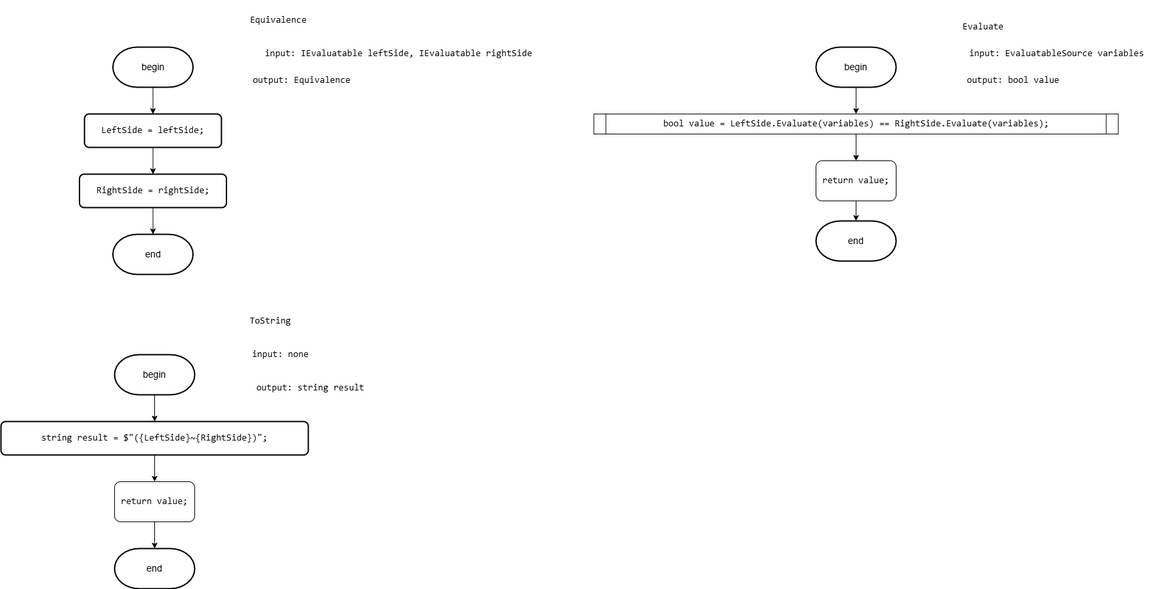
This is Diagrams/images/Equivalence.drawio.png from slavikovics/FictionalVariables, a draw.io export, as it was before one commit. Source tidied: cells renumbered, new cells last; positions are measured from the earlier drawing's top-left corner, leaving out a move shared by most shapes.
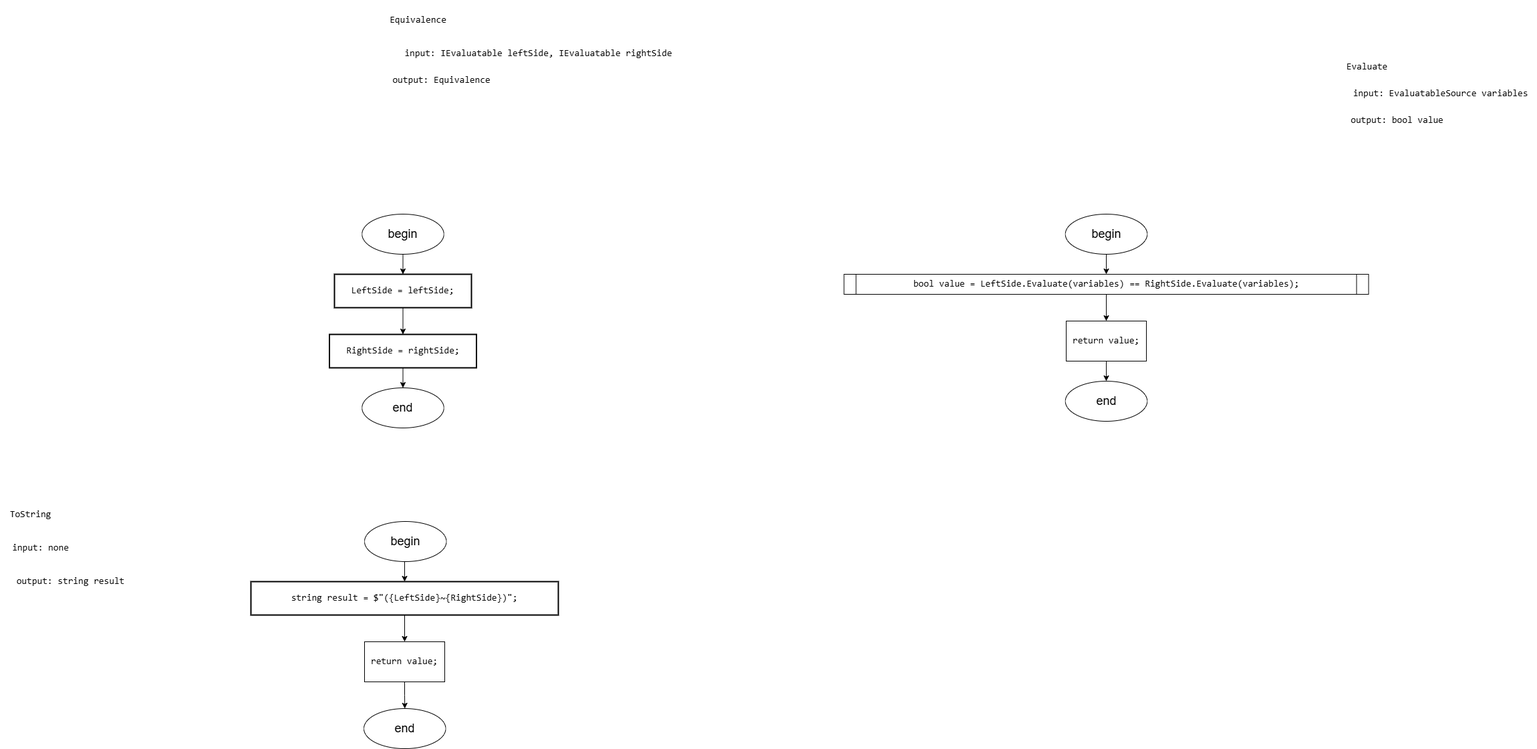
Later version of the same file.

Change to the diagram source:
```diff
@@ -3,94 +3,94 @@
     <mxCell id="0" />
     <mxCell id="1" parent="0" />
     <mxCell id="2" value="&lt;div&gt;&lt;pre style=&quot;font-family: &amp;quot;JetBrains Mono&amp;quot;, monospace;&quot;&gt;&lt;font style=&quot;&quot;&gt;Equivalence&lt;/font&gt;&lt;/pre&gt;&lt;/div&gt;" style="text;html=1;align=center;verticalAlign=middle;strokeColor=none;fillColor=none;fontSize=14;fontColor=#000000;labelBackgroundColor=none;" parent="1" vertex="1">
-      <mxGeometry x="360" width="110" height="60" as="geometry" />
+      <mxGeometry x="195" y="-240" width="110" height="60" as="geometry" />
     </mxCell>
-    <mxCell id="3" style="edgeStyle=orthogonalEdgeStyle;rounded=0;jettySize=auto;html=1;exitX=0.5;exitY=1;exitDx=0;exitDy=0;exitPerimeter=0;entryX=0.5;entryY=0;entryDx=0;entryDy=0;fontSize=14;fontColor=#000000;labelBackgroundColor=none;" parent="1" edge="1" source="4" target="6">
-      <mxGeometry relative="1" as="geometry" />
-    </mxCell>
-    <mxCell id="4" value="begin" style="strokeWidth=2;html=1;shape=mxgraph.flowchart.terminator;whiteSpace=wrap;fontSize=14;fontColor=#000000;labelBackgroundColor=none;" parent="1" vertex="1">
-      <mxGeometry x="167.5" y="70" width="120" height="60" as="geometry" />
-    </mxCell>
     <mxCell id="5" style="edgeStyle=orthogonalEdgeStyle;rounded=0;jettySize=auto;html=1;exitX=0.5;exitY=1;exitDx=0;exitDy=0;entryX=0.5;entryY=0;entryDx=0;entryDy=0;fontSize=14;fontColor=#000000;labelBackgroundColor=none;" parent="1" edge="1" source="6" target="7">
       <mxGeometry relative="1" as="geometry" />
     </mxCell>
-    <mxCell id="6" value="&lt;div style=&quot;&quot;&gt;&lt;pre style=&quot;font-family: &amp;quot;JetBrains Mono&amp;quot;, monospace;&quot;&gt;LeftSide = &lt;span style=&quot;&quot;&gt;leftSide&lt;/span&gt;;&lt;/pre&gt;&lt;/div&gt;" style="rounded=1;whiteSpace=wrap;html=1;absoluteArcSize=1;arcSize=14;strokeWidth=2;fontSize=14;fontColor=#000000;labelBackgroundColor=none;" parent="1" vertex="1">
+    <mxCell id="6" value="&lt;div style=&quot;&quot;&gt;&lt;pre style=&quot;font-family: &amp;quot;JetBrains Mono&amp;quot;, monospace;&quot;&gt;LeftSide = &lt;span style=&quot;&quot;&gt;leftSide&lt;/span&gt;;&lt;/pre&gt;&lt;/div&gt;" style="rounded=0;whiteSpace=wrap;html=1;absoluteArcSize=1;arcSize=14;strokeWidth=2;fontSize=14;fontColor=#000000;labelBackgroundColor=none;" parent="1" vertex="1">
       <mxGeometry x="125" y="170" width="205" height="50" as="geometry" />
     </mxCell>
+    <mxCell id="32" style="edgeStyle=orthogonalEdgeStyle;rounded=0;jettySize=auto;html=1;exitX=0.5;exitY=1;exitDx=0;exitDy=0;entryX=0.5;entryY=0;entryDx=0;entryDy=0;" parent="1" edge="1" source="7" target="37">
+      <mxGeometry relative="1" as="geometry" />
+    </mxCell>
-    <mxCell id="7" value="&lt;div style=&quot;&quot;&gt;&lt;pre style=&quot;font-family: &amp;quot;JetBrains Mono&amp;quot;, monospace;&quot;&gt;&lt;div&gt;&lt;pre style=&quot;font-family: &amp;quot;JetBrains Mono&amp;quot;, monospace;&quot;&gt;RightSide = &lt;span style=&quot;&quot;&gt;rightSide&lt;/span&gt;;&lt;/pre&gt;&lt;/div&gt;&lt;/pre&gt;&lt;/div&gt;" style="rounded=1;whiteSpace=wrap;html=1;absoluteArcSize=1;arcSize=14;strokeWidth=2;fontSize=14;fontColor=#000000;labelBackgroundColor=none;" parent="1" vertex="1">
+    <mxCell id="7" value="&lt;div style=&quot;&quot;&gt;&lt;pre style=&quot;font-family: &amp;quot;JetBrains Mono&amp;quot;, monospace;&quot;&gt;&lt;div&gt;&lt;pre style=&quot;font-family: &amp;quot;JetBrains Mono&amp;quot;, monospace;&quot;&gt;RightSide = &lt;span style=&quot;&quot;&gt;rightSide&lt;/span&gt;;&lt;/pre&gt;&lt;/div&gt;&lt;/pre&gt;&lt;/div&gt;" style="rounded=0;whiteSpace=wrap;html=1;absoluteArcSize=1;arcSize=14;strokeWidth=2;fontSize=14;fontColor=#000000;labelBackgroundColor=none;" parent="1" vertex="1">
       <mxGeometry x="117.5" y="260" width="220" height="50" as="geometry" />
     </mxCell>
     <mxCell id="8" value="&lt;pre style=&quot;font-family: &amp;quot;JetBrains Mono&amp;quot;, monospace;&quot;&gt;input: IEvaluatable leftSide, IEvaluatable rightSide&lt;/pre&gt;" style="text;html=1;align=center;verticalAlign=middle;strokeColor=none;fillColor=none;fontSize=14;fontColor=#000000;labelBackgroundColor=none;" parent="1" vertex="1">
-      <mxGeometry x="385" y="50" width="420" height="60" as="geometry" />
+      <mxGeometry x="220" y="-190" width="420" height="60" as="geometry" />
     </mxCell>
     <mxCell id="9" value="&lt;pre style=&quot;font-family: &amp;quot;JetBrains Mono&amp;quot;, monospace;&quot;&gt;output: Equivalence&lt;/pre&gt;" style="text;html=1;align=center;verticalAlign=middle;strokeColor=none;fillColor=none;fontSize=14;fontColor=#000000;labelBackgroundColor=none;" parent="1" vertex="1">
-      <mxGeometry x="365" y="90" width="170" height="60" as="geometry" />
+      <mxGeometry x="200" y="-150" width="170" height="60" as="geometry" />
     </mxCell>
-    <mxCell id="10" value="end" style="strokeWidth=2;html=1;shape=mxgraph.flowchart.terminator;whiteSpace=wrap;fontSize=14;fontColor=#000000;labelBackgroundColor=none;" parent="1" vertex="1">
-      <mxGeometry x="167.5" y="350" width="120" height="60" as="geometry" />
-    </mxCell>
-    <mxCell id="11" style="edgeStyle=orthogonalEdgeStyle;rounded=0;jettySize=auto;html=1;exitX=0.5;exitY=1;exitDx=0;exitDy=0;entryX=0.5;entryY=0;entryDx=0;entryDy=0;entryPerimeter=0;fontSize=14;fontColor=#000000;labelBackgroundColor=none;" parent="1" edge="1" source="7" target="10">
-      <mxGeometry relative="1" as="geometry" />
-    </mxCell>
     <mxCell id="12" value="&lt;pre style=&quot;font-family: &amp;quot;JetBrains Mono&amp;quot;, monospace;&quot;&gt;Evaluate&lt;/pre&gt;" style="text;html=1;align=center;verticalAlign=middle;strokeColor=none;fillColor=none;fontSize=14;fontColor=#000000;labelBackgroundColor=none;" parent="1" vertex="1">
-      <mxGeometry x="1425" y="10" width="90" height="60" as="geometry" />
+      <mxGeometry x="1625" y="-170" width="90" height="60" as="geometry" />
     </mxCell>
-    <mxCell id="13" style="edgeStyle=orthogonalEdgeStyle;rounded=0;jettySize=auto;html=1;exitX=0.5;exitY=1;exitDx=0;exitDy=0;exitPerimeter=0;entryX=0.5;entryY=0;entryDx=0;entryDy=0;fontSize=14;fontColor=#000000;labelBackgroundColor=none;" parent="1" edge="1" source="14" target="27">
-      <mxGeometry relative="1" as="geometry" />
-    </mxCell>
-    <mxCell id="14" value="begin" style="strokeWidth=2;html=1;shape=mxgraph.flowchart.terminator;whiteSpace=wrap;fontSize=14;fontColor=#000000;labelBackgroundColor=none;" parent="1" vertex="1">
-      <mxGeometry x="1220" y="70" width="120" height="60" as="geometry" />
-    </mxCell>
     <mxCell id="15" value="&lt;pre style=&quot;font-family: &amp;quot;JetBrains Mono&amp;quot;, monospace;&quot;&gt;input: EvaluatableSource variables&lt;/pre&gt;" style="text;html=1;align=center;verticalAlign=middle;strokeColor=none;fillColor=none;fontSize=14;fontColor=#000000;labelBackgroundColor=none;" parent="1" vertex="1">
-      <mxGeometry x="1435" y="50" width="290" height="60" as="geometry" />
+      <mxGeometry x="1635" y="-130" width="290" height="60" as="geometry" />
     </mxCell>
     <mxCell id="16" value="&lt;pre style=&quot;font-family: &amp;quot;JetBrains Mono&amp;quot;, monospace;&quot;&gt;output: bool value&lt;/pre&gt;" style="text;html=1;align=center;verticalAlign=middle;strokeColor=none;fillColor=none;fontSize=14;fontColor=#000000;labelBackgroundColor=none;" parent="1" vertex="1">
-      <mxGeometry x="1435" y="90" width="160" height="60" as="geometry" />
+      <mxGeometry x="1635" y="-90" width="160" height="60" as="geometry" />
     </mxCell>
-    <mxCell id="17" value="end" style="strokeWidth=2;html=1;shape=mxgraph.flowchart.terminator;whiteSpace=wrap;fontSize=14;fontColor=#000000;labelBackgroundColor=none;" parent="1" vertex="1">
-      <mxGeometry x="1220" y="330" width="120" height="60" as="geometry" />
-    </mxCell>
     <mxCell id="18" value="&lt;pre style=&quot;font-family: &amp;quot;JetBrains Mono&amp;quot;, monospace;&quot;&gt;ToString&lt;/pre&gt;" style="text;html=1;align=center;verticalAlign=middle;strokeColor=none;fillColor=none;fontSize=14;fontColor=#000000;labelBackgroundColor=none;" parent="1" vertex="1">
-      <mxGeometry x="357.5" y="450" width="90" height="60" as="geometry" />
+      <mxGeometry x="-375" y="500" width="90" height="60" as="geometry" />
     </mxCell>
-    <mxCell id="19" style="edgeStyle=orthogonalEdgeStyle;rounded=0;jettySize=auto;html=1;exitX=0.5;exitY=1;exitDx=0;exitDy=0;exitPerimeter=0;entryX=0.5;entryY=0;entryDx=0;entryDy=0;fontSize=14;fontColor=#000000;labelBackgroundColor=none;" parent="1" edge="1" source="20" target="22">
-      <mxGeometry relative="1" as="geometry" />
-    </mxCell>
-    <mxCell id="20" value="begin" style="strokeWidth=2;html=1;shape=mxgraph.flowchart.terminator;whiteSpace=wrap;fontSize=14;fontColor=#000000;labelBackgroundColor=none;" parent="1" vertex="1">
-      <mxGeometry x="170" y="530" width="120" height="60" as="geometry" />
-    </mxCell>
     <mxCell id="21" style="edgeStyle=orthogonalEdgeStyle;rounded=0;jettySize=auto;html=1;exitX=0.5;exitY=1;exitDx=0;exitDy=0;entryX=0.5;entryY=0;entryDx=0;entryDy=0;fontSize=14;fontColor=#000000;labelBackgroundColor=none;" parent="1" edge="1" source="22" target="30">
       <mxGeometry relative="1" as="geometry" />
     </mxCell>
-    <mxCell id="22" value="&lt;div style=&quot;&quot;&gt;&lt;pre style=&quot;font-family: &amp;quot;JetBrains Mono&amp;quot;, monospace;&quot;&gt;&lt;pre style=&quot;font-family: &amp;quot;JetBrains Mono&amp;quot;, monospace;&quot;&gt;&lt;pre style=&quot;font-family: &amp;quot;JetBrains Mono&amp;quot;, monospace;&quot;&gt;&lt;pre style=&quot;font-family: &amp;quot;JetBrains Mono&amp;quot;, monospace;&quot;&gt;&lt;div&gt;&lt;pre style=&quot;font-family: &amp;quot;JetBrains Mono&amp;quot;, monospace;&quot;&gt;&lt;span style=&quot;&quot;&gt;string &lt;/span&gt;&lt;span style=&quot;&quot;&gt;result &lt;/span&gt;= &lt;span style=&quot;&quot;&gt;$&quot;(&lt;/span&gt;{LeftSide}&lt;span style=&quot;&quot;&gt;~&lt;/span&gt;{RightSide}&lt;span style=&quot;&quot;&gt;)&quot;&lt;/span&gt;;&lt;/pre&gt;&lt;/div&gt;&lt;/pre&gt;&lt;/pre&gt;&lt;/pre&gt;&lt;/pre&gt;&lt;/div&gt;" style="rounded=1;whiteSpace=wrap;html=1;absoluteArcSize=1;arcSize=14;strokeWidth=2;fontSize=14;fontColor=#000000;labelBackgroundColor=none;" parent="1" vertex="1">
+    <mxCell id="22" value="&lt;div style=&quot;&quot;&gt;&lt;pre style=&quot;font-family: &amp;quot;JetBrains Mono&amp;quot;, monospace;&quot;&gt;&lt;pre style=&quot;font-family: &amp;quot;JetBrains Mono&amp;quot;, monospace;&quot;&gt;&lt;pre style=&quot;font-family: &amp;quot;JetBrains Mono&amp;quot;, monospace;&quot;&gt;&lt;pre style=&quot;font-family: &amp;quot;JetBrains Mono&amp;quot;, monospace;&quot;&gt;&lt;div&gt;&lt;pre style=&quot;font-family: &amp;quot;JetBrains Mono&amp;quot;, monospace;&quot;&gt;&lt;span style=&quot;&quot;&gt;string &lt;/span&gt;&lt;span style=&quot;&quot;&gt;result &lt;/span&gt;= &lt;span style=&quot;&quot;&gt;$&quot;(&lt;/span&gt;{LeftSide}&lt;span style=&quot;&quot;&gt;~&lt;/span&gt;{RightSide}&lt;span style=&quot;&quot;&gt;)&quot;&lt;/span&gt;;&lt;/pre&gt;&lt;/div&gt;&lt;/pre&gt;&lt;/pre&gt;&lt;/pre&gt;&lt;/pre&gt;&lt;/div&gt;" style="rounded=0;whiteSpace=wrap;html=1;absoluteArcSize=1;arcSize=14;strokeWidth=2;fontSize=14;fontColor=#000000;labelBackgroundColor=none;" parent="1" vertex="1">
       <mxGeometry y="630" width="460" height="50" as="geometry" />
     </mxCell>
     <mxCell id="23" value="&lt;pre style=&quot;font-family: &amp;quot;JetBrains Mono&amp;quot;, monospace;&quot;&gt;input: none&lt;/pre&gt;" style="text;html=1;align=center;verticalAlign=middle;strokeColor=none;fillColor=none;fontSize=14;fontColor=#000000;labelBackgroundColor=none;" parent="1" vertex="1">
-      <mxGeometry x="362.5" y="500" width="110" height="60" as="geometry" />
+      <mxGeometry x="-370" y="550" width="110" height="60" as="geometry" />
     </mxCell>
     <mxCell id="24" value="&lt;pre style=&quot;font-family: &amp;quot;JetBrains Mono&amp;quot;, monospace;&quot;&gt;output: string result&lt;/pre&gt;" style="text;html=1;align=center;verticalAlign=middle;strokeColor=none;fillColor=none;fontSize=14;fontColor=#000000;labelBackgroundColor=none;" parent="1" vertex="1">
-      <mxGeometry x="367.5" y="550" width="190" height="60" as="geometry" />
+      <mxGeometry x="-365" y="600" width="190" height="60" as="geometry" />
     </mxCell>
-    <mxCell id="25" value="end" style="strokeWidth=2;html=1;shape=mxgraph.flowchart.terminator;whiteSpace=wrap;fontSize=14;fontColor=#000000;labelBackgroundColor=none;" parent="1" vertex="1">
-      <mxGeometry x="170" y="820" width="120" height="60" as="geometry" />
-    </mxCell>
     <mxCell id="26" style="edgeStyle=orthogonalEdgeStyle;rounded=0;jettySize=auto;html=1;exitX=0.5;exitY=1;exitDx=0;exitDy=0;entryX=0.5;entryY=0;entryDx=0;entryDy=0;fontSize=14;fontColor=#000000;labelBackgroundColor=none;" parent="1" edge="1" source="27" target="29">
       <mxGeometry relative="1" as="geometry" />
     </mxCell>
     <mxCell id="27" value="&lt;pre style=&quot;font-family: &amp;quot;JetBrains Mono&amp;quot;, monospace;&quot;&gt;&lt;span style=&quot;&quot;&gt;bool &lt;/span&gt;&lt;span style=&quot;&quot;&gt;value &lt;/span&gt;= LeftSide.&lt;span style=&quot;&quot;&gt;Evaluate&lt;/span&gt;(&lt;span style=&quot;&quot;&gt;variables&lt;/span&gt;) == RightSide.&lt;span style=&quot;&quot;&gt;Evaluate&lt;/span&gt;(&lt;span style=&quot;&quot;&gt;variables&lt;/span&gt;);&lt;/pre&gt;" style="shape=process;whiteSpace=wrap;html=1;backgroundOutline=1;size=0.022988505747126436;fontSize=14;fontColor=#000000;labelBackgroundColor=none;" parent="1" vertex="1">
       <mxGeometry x="887.5" y="170" width="785" height="30" as="geometry" />
     </mxCell>
-    <mxCell id="28" style="edgeStyle=orthogonalEdgeStyle;rounded=0;jettySize=auto;html=1;exitX=0.5;exitY=1;exitDx=0;exitDy=0;fontSize=14;fontColor=#000000;labelBackgroundColor=none;" parent="1" edge="1" source="29" target="17">
-      <mxGeometry relative="1" as="geometry" />
-    </mxCell>
+    <mxCell id="33" style="edgeStyle=orthogonalEdgeStyle;rounded=0;jettySize=auto;html=1;exitX=0.5;exitY=1;exitDx=0;exitDy=0;entryX=0.5;entryY=0;entryDx=0;entryDy=0;" parent="1" edge="1" source="29" target="43">
+      <mxGeometry relative="1" as="geometry" />
+    </mxCell>
-    <mxCell id="29" value="&lt;div style=&quot;&quot;&gt;&lt;pre style=&quot;font-family: &amp;quot;JetBrains Mono&amp;quot;, monospace;&quot;&gt;&lt;span style=&quot;&quot;&gt;return &lt;/span&gt;&lt;span style=&quot;&quot;&gt;value&lt;/span&gt;;&lt;/pre&gt;&lt;/div&gt;" style="rounded=1;whiteSpace=wrap;html=1;fontSize=14;fontColor=#000000;labelBackgroundColor=none;" parent="1" vertex="1">
+    <mxCell id="29" value="&lt;div style=&quot;&quot;&gt;&lt;pre style=&quot;font-family: &amp;quot;JetBrains Mono&amp;quot;, monospace;&quot;&gt;&lt;span style=&quot;&quot;&gt;return &lt;/span&gt;&lt;span style=&quot;&quot;&gt;value&lt;/span&gt;;&lt;/pre&gt;&lt;/div&gt;" style="rounded=0;whiteSpace=wrap;html=1;fontSize=14;fontColor=#000000;labelBackgroundColor=none;" parent="1" vertex="1">
       <mxGeometry x="1220" y="240" width="120" height="60" as="geometry" />
     </mxCell>
+    <mxCell id="34" style="edgeStyle=orthogonalEdgeStyle;rounded=0;jettySize=auto;html=1;exitX=0.5;exitY=1;exitDx=0;exitDy=0;" parent="1" edge="1" source="30" target="40">
+      <mxGeometry relative="1" as="geometry" />
+    </mxCell>
-    <mxCell id="30" value="&lt;div style=&quot;&quot;&gt;&lt;pre style=&quot;font-family: &amp;quot;JetBrains Mono&amp;quot;, monospace;&quot;&gt;&lt;span style=&quot;&quot;&gt;return &lt;/span&gt;&lt;span style=&quot;&quot;&gt;&lt;font&gt;value&lt;/font&gt;&lt;/span&gt;&lt;font&gt;;&lt;/font&gt;&lt;/pre&gt;&lt;/div&gt;" style="rounded=1;whiteSpace=wrap;html=1;fontSize=14;fontColor=#000000;labelBackgroundColor=none;" parent="1" vertex="1">
+    <mxCell id="30" value="&lt;div style=&quot;&quot;&gt;&lt;pre style=&quot;font-family: &amp;quot;JetBrains Mono&amp;quot;, monospace;&quot;&gt;&lt;span style=&quot;&quot;&gt;return &lt;/span&gt;&lt;span style=&quot;&quot;&gt;&lt;font&gt;value&lt;/font&gt;&lt;/span&gt;&lt;font&gt;;&lt;/font&gt;&lt;/pre&gt;&lt;/div&gt;" style="rounded=0;whiteSpace=wrap;html=1;fontSize=14;fontColor=#000000;labelBackgroundColor=none;" parent="1" vertex="1">
       <mxGeometry x="170" y="720" width="120" height="60" as="geometry" />
     </mxCell>
-    <mxCell id="31" style="edgeStyle=orthogonalEdgeStyle;rounded=0;jettySize=auto;html=1;exitX=0.5;exitY=1;exitDx=0;exitDy=0;entryX=0.5;entryY=0;entryDx=0;entryDy=0;entryPerimeter=0;fontSize=14;fontColor=#000000;labelBackgroundColor=none;" parent="1" edge="1" source="30" target="25">
-      <mxGeometry relative="1" as="geometry" />
-    </mxCell>
+    <mxCell id="35" style="edgeStyle=orthogonalEdgeStyle;rounded=0;jettySize=auto;html=1;exitX=0.5;exitY=1;exitDx=0;exitDy=0;entryX=0.5;entryY=0;entryDx=0;entryDy=0;" parent="1" edge="1" source="36" target="6">
+      <mxGeometry relative="1" as="geometry" />
+    </mxCell>
+    <mxCell id="36" value="&lt;font style=&quot;font-size: 18px;&quot;&gt;begin&lt;/font&gt;" style="ellipse;whiteSpace=wrap;html=1;" parent="1" vertex="1">
+      <mxGeometry x="166.2" y="80" width="122.5" height="60" as="geometry" />
+    </mxCell>
+    <mxCell id="37" value="&lt;font style=&quot;font-size: 18px;&quot;&gt;end&lt;/font&gt;" style="ellipse;whiteSpace=wrap;html=1;" parent="1" vertex="1">
+      <mxGeometry x="166.2" y="340" width="122.5" height="60" as="geometry" />
+    </mxCell>
+    <mxCell id="38" style="edgeStyle=orthogonalEdgeStyle;rounded=0;jettySize=auto;html=1;exitX=0.5;exitY=1;exitDx=0;exitDy=0;entryX=0.5;entryY=0;entryDx=0;entryDy=0;" parent="1" edge="1" source="39" target="22">
+      <mxGeometry relative="1" as="geometry" />
+    </mxCell>
+    <mxCell id="39" value="&lt;font style=&quot;font-size: 18px;&quot;&gt;begin&lt;/font&gt;" style="ellipse;whiteSpace=wrap;html=1;" parent="1" vertex="1">
+      <mxGeometry x="170" y="540" width="122.5" height="60" as="geometry" />
+    </mxCell>
+    <mxCell id="40" value="&lt;font style=&quot;font-size: 18px;&quot;&gt;end&lt;/font&gt;" style="ellipse;whiteSpace=wrap;html=1;" parent="1" vertex="1">
+      <mxGeometry x="169" y="820" width="122.5" height="60" as="geometry" />
+    </mxCell>
+    <mxCell id="41" style="edgeStyle=orthogonalEdgeStyle;rounded=0;jettySize=auto;html=1;exitX=0.5;exitY=1;exitDx=0;exitDy=0;entryX=0.5;entryY=0;entryDx=0;entryDy=0;" parent="1" edge="1" source="42" target="27">
+      <mxGeometry relative="1" as="geometry" />
+    </mxCell>
+    <mxCell id="42" value="&lt;font style=&quot;font-size: 18px;&quot;&gt;begin&lt;/font&gt;" style="ellipse;whiteSpace=wrap;html=1;" parent="1" vertex="1">
+      <mxGeometry x="1218.8" y="80" width="122.5" height="60" as="geometry" />
+    </mxCell>
+    <mxCell id="43" value="&lt;font style=&quot;font-size: 18px;&quot;&gt;end&lt;/font&gt;" style="ellipse;whiteSpace=wrap;html=1;" parent="1" vertex="1">
+      <mxGeometry x="1218.8" y="330" width="122.5" height="60" as="geometry" />
+    </mxCell>
   </root>
 </mxGraphModel>
```
